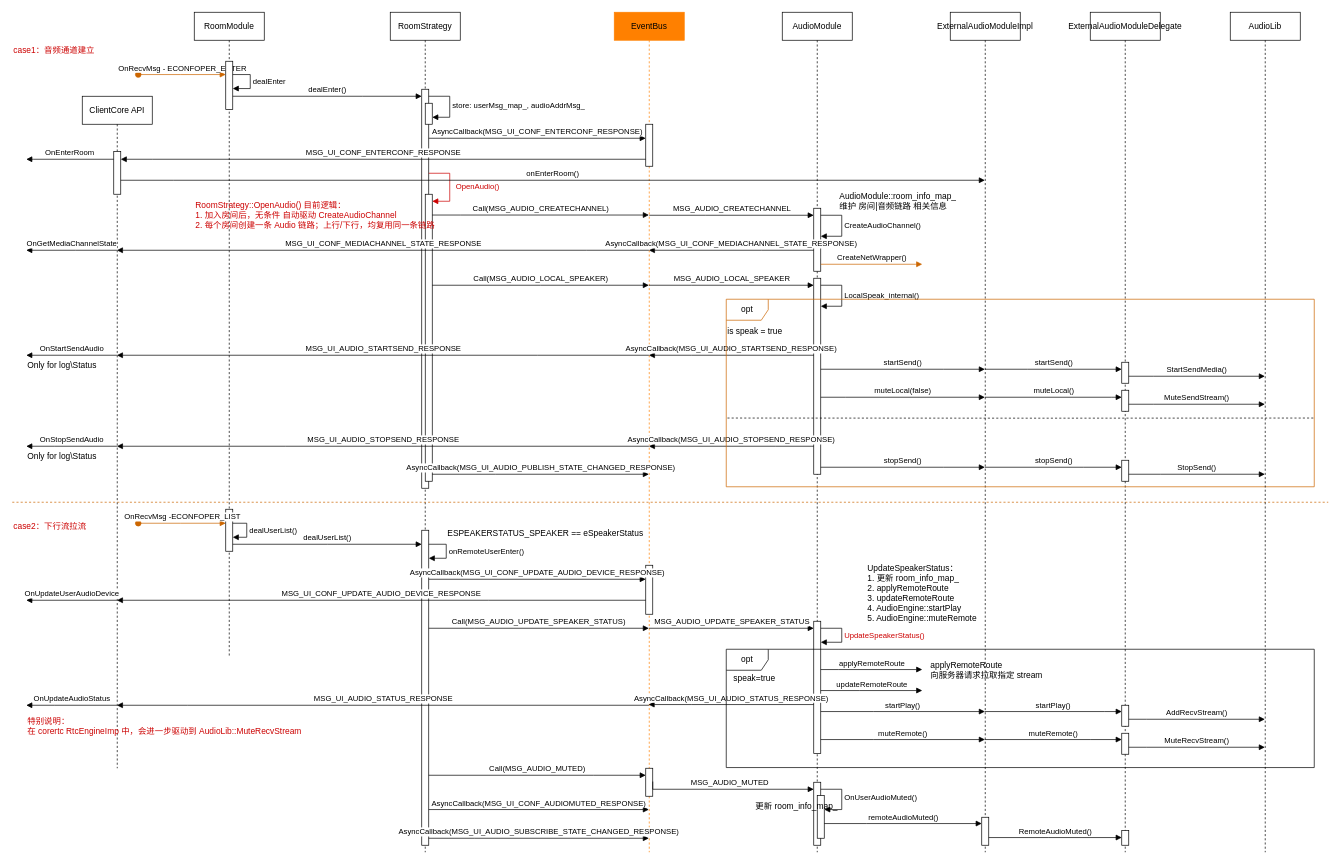
Before: audio-channel.drawio in cnnop007/arch-docs, a draw.io diagram. Source tidied: cells renumbered, new cells numbered last; positions are measured from the earlier drawing's top-left corner, leaving out a move shared by most shapes. Both pictures are drawn from the tidied source at 70%, with x=0, y=0 at pixel (12, 12).
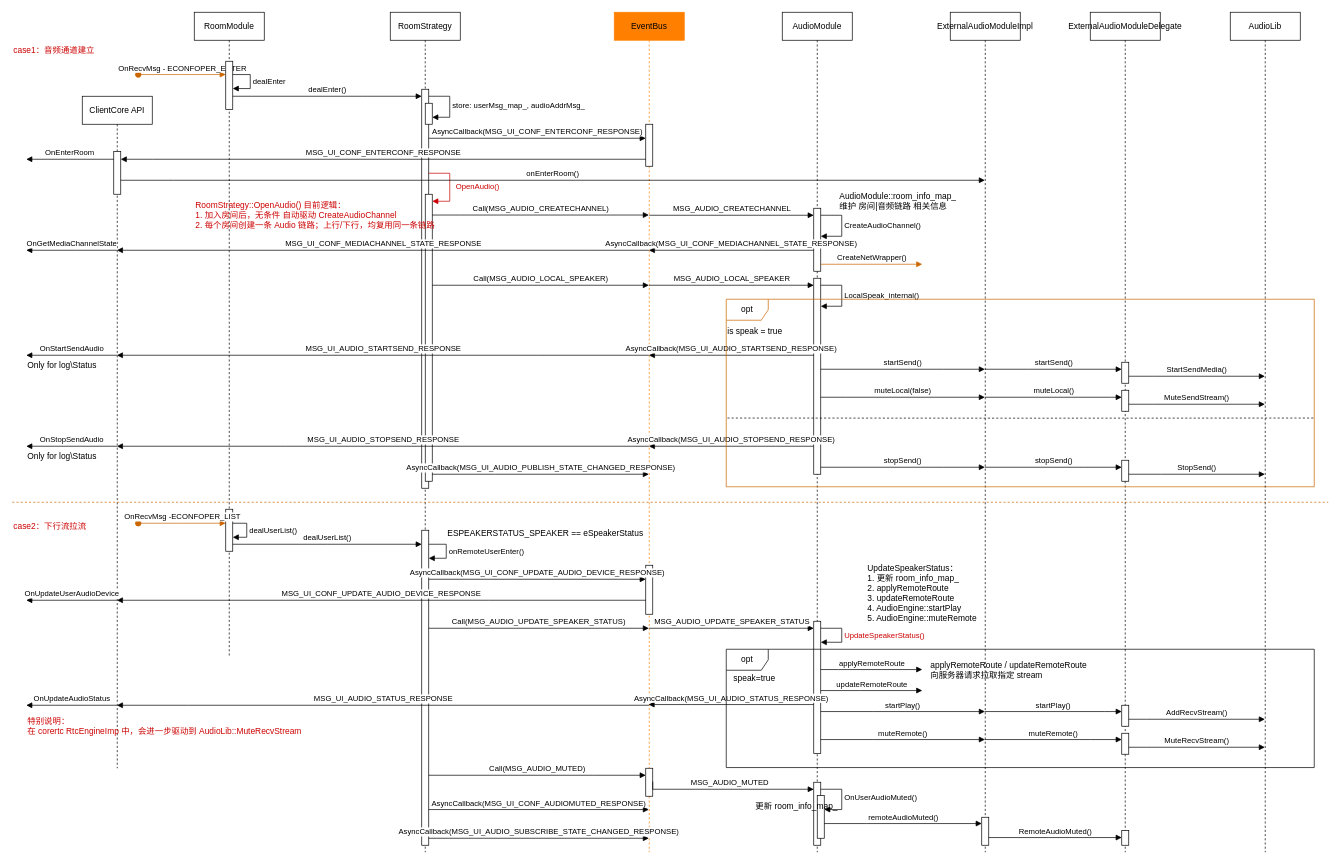
Above is the later version.

What changed in the source:
```diff
@@
-    <mxCell id="113" value="applyRemoteRoute&lt;br&gt;向服务器请求拉取指定 stream" style="text;html=1;align=left;verticalAlign=middle;strokeColor=none;fillColor=none;" parent="1" vertex="1">
-      <mxGeometry x="1310" y="920" width="180" height="40" as="geometry" />
+    <mxCell id="113" value="applyRemoteRoute / updateRemoteRoute&lt;br&gt;向服务器请求拉取指定 stream" style="text;html=1;align=left;verticalAlign=middle;strokeColor=none;fillColor=none;" parent="1" vertex="1">
+      <mxGeometry x="1310" y="920" width="250" height="40" as="geometry" />
     </mxCell>
```
